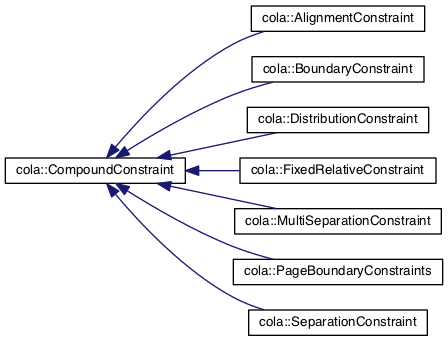
Above: documentation/inherit_graph_16.png in mjwybrow/adaptagrams (Graphviz), before the change. Its source is kept beside it as documentation/inherit_graph_16.dot.
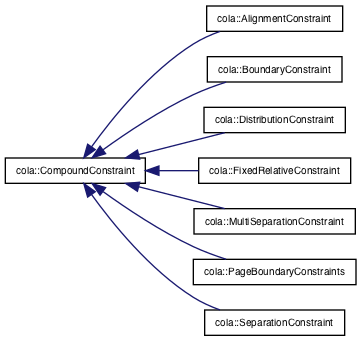
After the commit.

Change to the diagram source:
```diff
@@ -3,19 +3,19 @@
   edge [fontname="Helvetica",fontsize="10",labelfontname="Helvetica",labelfontsize="10"];
   node [fontname="Helvetica",fontsize="10",shape=record];
   rankdir="LR";
-  Node1 [label="cola::CompoundConstraint",height=0.2,width=0.4,color="black", fillcolor="white", style="filled",URL="$classcola_1_1CompoundConstraint.html",tooltip="An abstract base class for all high-level compound constraints. "];
-  Node1 -> Node2 [dir="back",color="midnightblue",fontsize="10",style="solid",fontname="Helvetica"];
-  Node2 [label="cola::AlignmentConstraint",height=0.2,width=0.4,color="black", fillcolor="white", style="filled",URL="$classcola_1_1AlignmentConstraint.html",tooltip="An alignment constraint specifies a alignment line that a set of nodes must be constrained to by an e..."];
-  Node1 -> Node3 [dir="back",color="midnightblue",fontsize="10",style="solid",fontname="Helvetica"];
-  Node3 [label="cola::BoundaryConstraint",height=0.2,width=0.4,color="black", fillcolor="white", style="filled",URL="$classcola_1_1BoundaryConstraint.html",tooltip="A boundary constraint specifies a bounding line that a set of nodes must be either to the left or rig..."];
-  Node1 -> Node4 [dir="back",color="midnightblue",fontsize="10",style="solid",fontname="Helvetica"];
-  Node4 [label="cola::DistributionConstraint",height=0.2,width=0.4,color="black", fillcolor="white", style="filled",URL="$classcola_1_1DistributionConstraint.html",tooltip="A distribution constraint specifies an ordered set of alignment constraints and a fixed separation re..."];
-  Node1 -> Node5 [dir="back",color="midnightblue",fontsize="10",style="solid",fontname="Helvetica"];
-  Node5 [label="cola::FixedRelativeConstraint",height=0.2,width=0.4,color="black", fillcolor="white", style="filled",URL="$classcola_1_1FixedRelativeConstraint.html",tooltip="A fixed-relative constraint specifies that a group of nodes are constrained to be fixed in position r..."];
-  Node1 -> Node6 [dir="back",color="midnightblue",fontsize="10",style="solid",fontname="Helvetica"];
-  Node6 [label="cola::MultiSeparationConstraint",height=0.2,width=0.4,color="black", fillcolor="white", style="filled",URL="$classcola_1_1MultiSeparationConstraint.html",tooltip="A multi-separation constraint Specifies a set of horizontal or vertical equal spacing constraints bet..."];
-  Node1 -> Node7 [dir="back",color="midnightblue",fontsize="10",style="solid",fontname="Helvetica"];
-  Node7 [label="cola::PageBoundaryConstraints",height=0.2,width=0.4,color="black", fillcolor="white", style="filled",URL="$classcola_1_1PageBoundaryConstraints.html",tooltip="A page boundary contraint specifies constraints that attempt to keep the given nodes within a defined..."];
-  Node1 -> Node8 [dir="back",color="midnightblue",fontsize="10",style="solid",fontname="Helvetica"];
-  Node8 [label="cola::SeparationConstraint",height=0.2,width=0.4,color="black", fillcolor="white", style="filled",URL="$classcola_1_1SeparationConstraint.html",tooltip="A separation constraint specifies a simple horizontal or vertical spacing constraint between 2 nodes ..."];
+  Node0 [label="cola::CompoundConstraint",height=0.2,width=0.4,color="black", fillcolor="white", style="filled",URL="$classcola_1_1CompoundConstraint.html",tooltip="An abstract base class for all high-level compound constraints. "];
+  Node0 -> Node1 [dir="back",color="midnightblue",fontsize="10",style="solid",fontname="Helvetica"];
+  Node1 [label="cola::AlignmentConstraint",height=0.2,width=0.4,color="black", fillcolor="white", style="filled",URL="$classcola_1_1AlignmentConstraint.html",tooltip="An alignment constraint specifies a alignment line that a set of nodes must be constrained to by an e..."];
+  Node0 -> Node2 [dir="back",color="midnightblue",fontsize="10",style="solid",fontname="Helvetica"];
+  Node2 [label="cola::BoundaryConstraint",height=0.2,width=0.4,color="black", fillcolor="white", style="filled",URL="$classcola_1_1BoundaryConstraint.html",tooltip="A boundary constraint specifies a bounding line that a set of nodes must be either to the left or rig..."];
+  Node0 -> Node3 [dir="back",color="midnightblue",fontsize="10",style="solid",fontname="Helvetica"];
+  Node3 [label="cola::DistributionConstraint",height=0.2,width=0.4,color="black", fillcolor="white", style="filled",URL="$classcola_1_1DistributionConstraint.html",tooltip="A distribution constraint specifies an ordered set of alignment constraints and a fixed separation re..."];
+  Node0 -> Node4 [dir="back",color="midnightblue",fontsize="10",style="solid",fontname="Helvetica"];
+  Node4 [label="cola::FixedRelativeConstraint",height=0.2,width=0.4,color="black", fillcolor="white", style="filled",URL="$classcola_1_1FixedRelativeConstraint.html",tooltip="A fixed-relative constraint specifies that a group of nodes are constrained to be fixed in position r..."];
+  Node0 -> Node5 [dir="back",color="midnightblue",fontsize="10",style="solid",fontname="Helvetica"];
+  Node5 [label="cola::MultiSeparationConstraint",height=0.2,width=0.4,color="black", fillcolor="white", style="filled",URL="$classcola_1_1MultiSeparationConstraint.html",tooltip="A multi-separation constraint Specifies a set of horizontal or vertical equal spacing constraints bet..."];
+  Node0 -> Node6 [dir="back",color="midnightblue",fontsize="10",style="solid",fontname="Helvetica"];
+  Node6 [label="cola::PageBoundaryConstraints",height=0.2,width=0.4,color="black", fillcolor="white", style="filled",URL="$classcola_1_1PageBoundaryConstraints.html",tooltip="A page boundary contraint specifies constraints that attempt to keep the given nodes within a defined..."];
+  Node0 -> Node7 [dir="back",color="midnightblue",fontsize="10",style="solid",fontname="Helvetica"];
+  Node7 [label="cola::SeparationConstraint",height=0.2,width=0.4,color="black", fillcolor="white", style="filled",URL="$classcola_1_1SeparationConstraint.html",tooltip="A separation constraint specifies a simple horizontal or vertical spacing constraint between 2 nodes ..."];
 }
```
